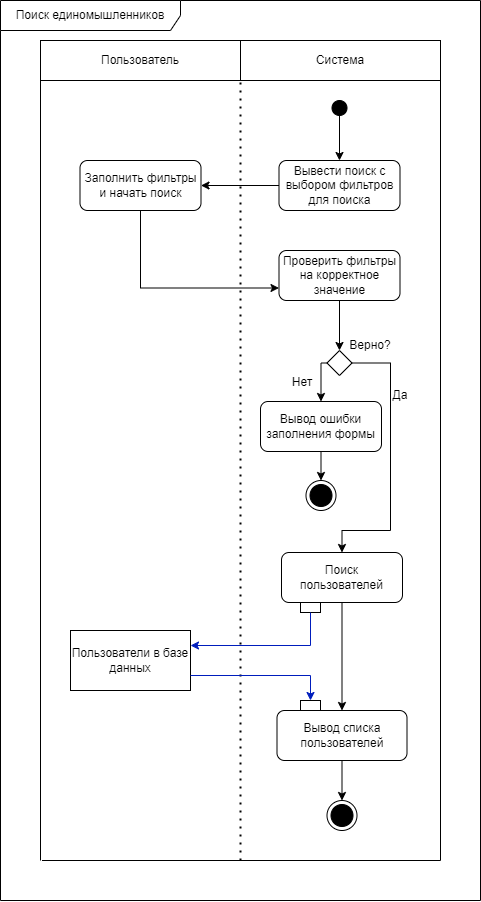
This is docs/activity_diagrams/поиск_единомышленников.png from AS2/habrolink, a draw.io export, as it was before one commit. Source tidied: cells renumbered, new cells last; positions are measured from the earlier drawing's top-left corner, leaving out a move shared by most shapes.
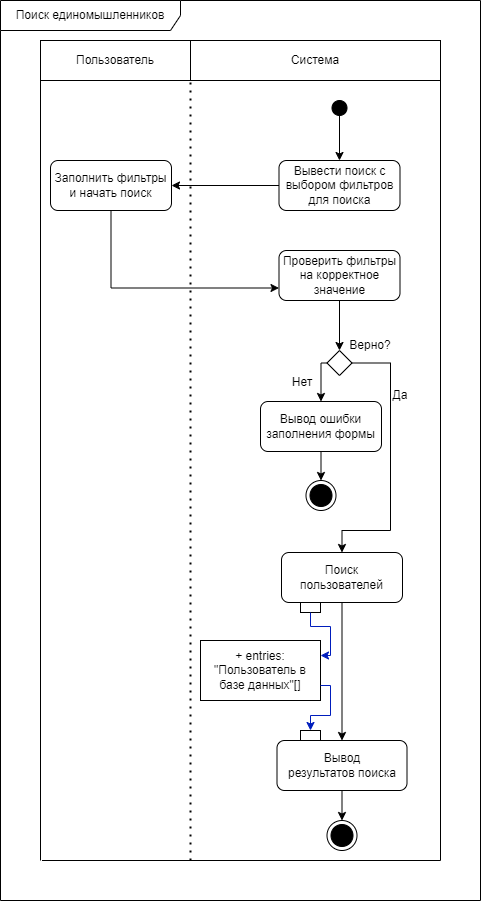
Later version of the same file.

Commit message:
Fixed activity diagrams

The edit, as a diff of the source:
```diff
@@ -6,10 +6,10 @@
       <mxGeometry x="331.5" y="100" width="15" height="15" as="geometry" />
     </mxCell>
     <mxCell id="3" value="Пользователь" style="text;html=1;strokeColor=default;fillColor=none;align=center;verticalAlign=middle;whiteSpace=wrap;rounded=0;" parent="1" vertex="1">
-      <mxGeometry x="40" y="40" width="200" height="40" as="geometry" />
+      <mxGeometry x="40" y="40" width="150" height="40" as="geometry" />
     </mxCell>
     <mxCell id="4" value="Система" style="text;html=1;strokeColor=default;fillColor=none;align=center;verticalAlign=middle;whiteSpace=wrap;rounded=0;" parent="1" vertex="1">
-      <mxGeometry x="240" y="40" width="200" height="40" as="geometry" />
+      <mxGeometry x="190" y="40" width="250" height="40" as="geometry" />
     </mxCell>
     <mxCell id="5" style="endArrow=classic;html=1;rounded=0;exitX=0.5;exitY=1;exitDx=0;exitDy=0;" parent="1" edge="1" source="2">
       <mxGeometry relative="1" as="geometry">
@@ -23,7 +23,7 @@
       <mxGeometry relative="1" as="geometry" />
     </mxCell>
     <mxCell id="8" value="Заполнить фильтры и начать поиск" style="text;html=1;strokeColor=default;fillColor=none;align=center;verticalAlign=middle;whiteSpace=wrap;rounded=1;" parent="1" vertex="1">
-      <mxGeometry x="79.5" y="160" width="121" height="50" as="geometry" />
+      <mxGeometry x="50" y="160" width="121" height="50" as="geometry" />
     </mxCell>
     <mxCell id="9" style="endArrow=classic;html=1;rounded=0;exitX=0.5;exitY=1;exitDx=0;exitDy=0;entryX=0;entryY=0.75;entryDx=0;entryDy=0;edgeStyle=orthogonalEdgeStyle;" parent="1" edge="1" source="8" target="10">
       <mxGeometry relative="1" as="geometry" />
@@ -64,7 +64,7 @@
     </mxCell>
     <mxCell id="19" style="endArrow=none;dashed=1;html=1;dashPattern=1 3;strokeWidth=2;rounded=0;entryX=0;entryY=1;entryDx=0;entryDy=0;" parent="1" edge="1" target="4">
       <mxGeometry relative="1" as="geometry">
-        <mxPoint x="240" y="860" as="sourcePoint" />
+        <mxPoint x="190" y="860" as="sourcePoint" />
       </mxGeometry>
     </mxCell>
     <mxCell id="20" style="endArrow=none;html=1;rounded=0;entryX=0;entryY=1;entryDx=0;entryDy=0;" parent="1" edge="1" target="3">
@@ -90,8 +90,8 @@
         <mxPoint x="440" y="80" as="targetPoint" />
       </mxGeometry>
     </mxCell>
-    <mxCell id="26" value="Вывод списка пользователей" style="text;html=1;strokeColor=default;fillColor=none;align=center;verticalAlign=middle;whiteSpace=wrap;rounded=1;" parent="1" vertex="1">
-      <mxGeometry x="276.5" y="710" width="130" height="50" as="geometry" />
+    <mxCell id="26" value="Вывод результатов&amp;nbsp;поиска" style="text;html=1;strokeColor=default;fillColor=none;align=center;verticalAlign=middle;whiteSpace=wrap;rounded=1;" parent="1" vertex="1">
+      <mxGeometry x="276.5" y="740" width="130" height="50" as="geometry" />
     </mxCell>
     <mxCell id="27" style="endArrow=none;html=1;rounded=0;" parent="1" edge="1">
       <mxGeometry relative="1" as="geometry">
@@ -100,7 +100,7 @@
       </mxGeometry>
     </mxCell>
     <mxCell id="28" style="ellipse;html=1;shape=endState;fillColor=strokeColor;" parent="1" vertex="1">
-      <mxGeometry x="326.5" y="800" width="30" height="30" as="geometry" />
+      <mxGeometry x="326.5" y="820" width="30" height="30" as="geometry" />
     </mxCell>
     <mxCell id="29" style="edgeStyle=orthogonalEdgeStyle;rounded=0;jettySize=auto;html=1;entryX=0.5;entryY=0;entryDx=0;entryDy=0;exitX=0.5;exitY=1;exitDx=0;exitDy=0;" parent="1" edge="1" source="26" target="28">
       <mxGeometry relative="1" as="geometry" />
@@ -108,14 +108,14 @@
     <mxCell id="30" value="Поиск единомышленников" style="shape=umlFrame;whiteSpace=wrap;html=1;width=180;height=30;" parent="1" vertex="1">
       <mxGeometry width="480" height="900" as="geometry" />
     </mxCell>
-    <mxCell id="31" value="Пользователи в базе данных" style="rounded=0;whiteSpace=wrap;html=1;" parent="1" vertex="1">
-      <mxGeometry x="70" y="630" width="120" height="60" as="geometry" />
+    <mxCell id="31" value="+ entries: &quot;Пользователь в базе данных&quot;[]" style="rounded=0;whiteSpace=wrap;html=1;" parent="1" vertex="1">
+      <mxGeometry x="200" y="640" width="120" height="60" as="geometry" />
     </mxCell>
     <mxCell id="32" style="rounded=0;whiteSpace=wrap;html=1;" parent="1" vertex="1">
       <mxGeometry x="300" y="602" width="20" height="10" as="geometry" />
     </mxCell>
     <mxCell id="33" style="rounded=0;whiteSpace=wrap;html=1;" parent="1" vertex="1">
-      <mxGeometry x="300" y="700" width="20" height="10" as="geometry" />
+      <mxGeometry x="300" y="730" width="20" height="10" as="geometry" />
     </mxCell>
     <mxCell id="34" style="endArrow=classic;html=1;rounded=0;exitX=0.5;exitY=1;exitDx=0;exitDy=0;entryX=1;entryY=0.25;entryDx=0;entryDy=0;edgeStyle=orthogonalEdgeStyle;fillColor=#0050ef;strokeColor=#001DBC;" parent="1" edge="1" source="32" target="31">
       <mxGeometry relative="1" as="geometry" />
```
